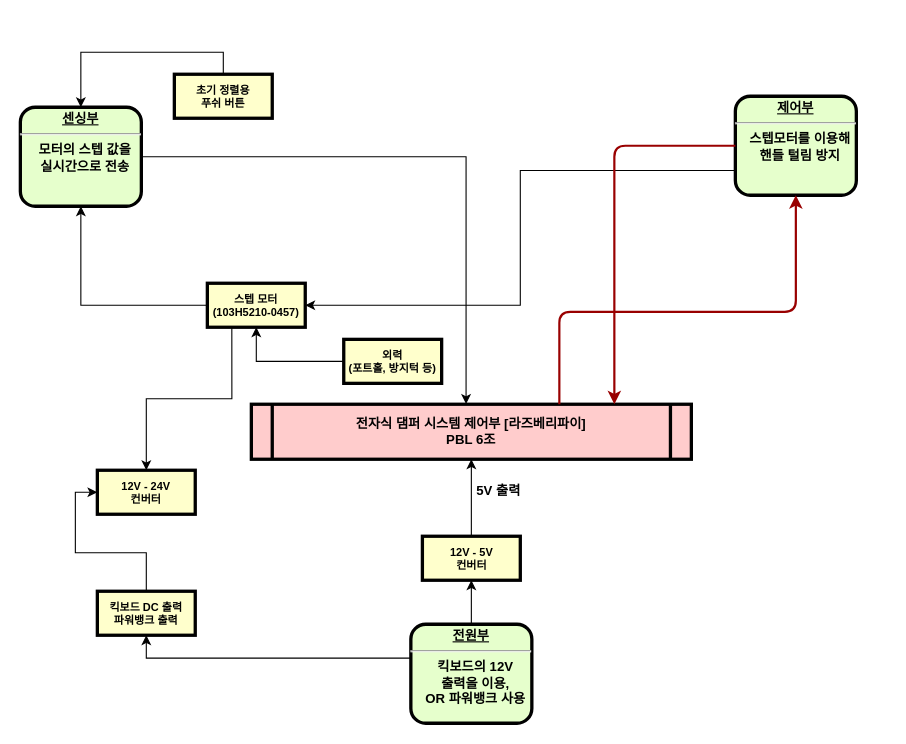
Before: 제목 없는 다이어그램.drawio in geolee1/pbl1_Team6, a draw.io diagram. Source tidied: cells renumbered, new cells numbered last; positions are measured from the earlier drawing's top-left corner, leaving out a move shared by most shapes. Both pictures are drawn from the tidied source at 110%, with x=0, y=0 at pixel (20, 74).
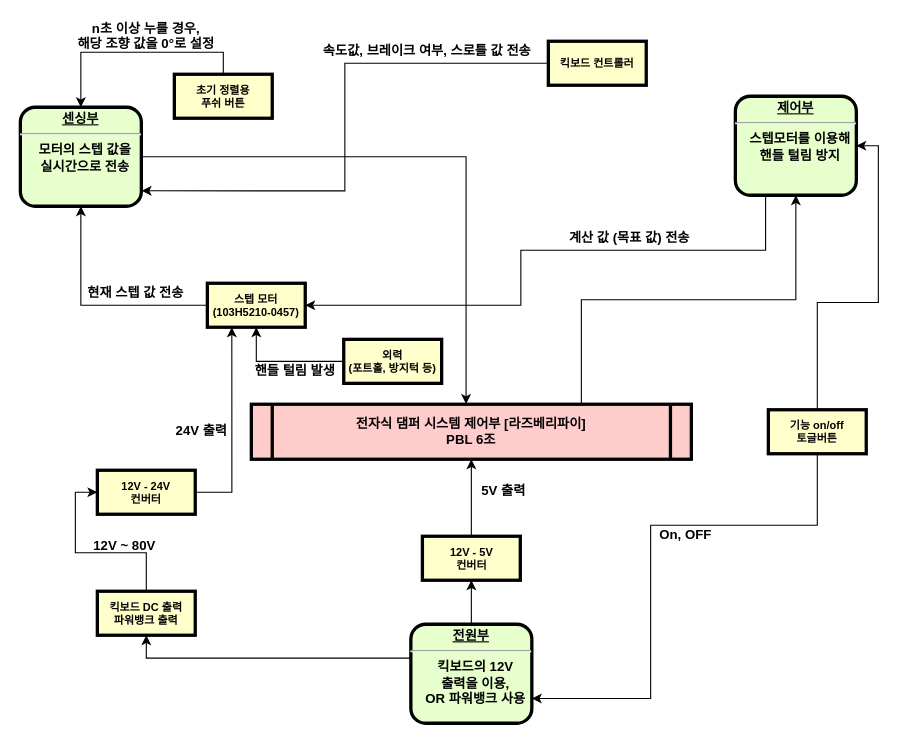
After the change.

Commit message (it also covers changes not shown here):
제목 없는 다이어그램.drawio 업데이트

The change refers to these unchanged cells:
```xml
<mxCell id="2" value="전자식 댐퍼 시스템 제어부 [라즈베리파이]&#10;PBL 6조" style="shape=process;whiteSpace=wrap;align=center;verticalAlign=middle;size=0.0475;fontStyle=1;strokeWidth=3;fillColor=#FFCCCC;" parent="1" vertex="1">
  <mxGeometry x="210" y="300" width="400" height="50" as="geometry" />
</mxCell>
<mxCell id="4" value="&lt;p style=&quot;margin: 4px 0px 0px ; text-decoration: underline ; text-align: center&quot;&gt;&lt;strong&gt;센싱부&lt;br&gt;&lt;/strong&gt;&lt;/p&gt;&lt;hr&gt;&lt;p style=&quot;margin: 0px 0px 0px 8px&quot;&gt;모터의 스텝 값을&lt;/p&gt;&lt;p style=&quot;margin: 0px 0px 0px 8px&quot;&gt;실시간으로 전송&lt;/p&gt;" style="verticalAlign=middle;align=center;overflow=fill;fontSize=12;fontFamily=Helvetica;html=1;rounded=1;fontStyle=1;strokeWidth=3;fillColor=#E6FFCC;" parent="1" vertex="1">
  <mxGeometry y="30" width="110" height="90" as="geometry" />
</mxCell>
<mxCell id="6" value="&lt;p style=&quot;margin: 0px ; margin-top: 4px ; text-align: center ; text-decoration: underline&quot;&gt;&lt;strong&gt;제어부&lt;/strong&gt;&lt;/p&gt;&lt;hr&gt;&lt;p style=&quot;margin: 0px ; margin-left: 8px&quot;&gt;스텝모터를 이용해&lt;/p&gt;&lt;p style=&quot;margin: 0px ; margin-left: 8px&quot;&gt;핸들 털림 방지&lt;/p&gt;" style="verticalAlign=middle;align=center;overflow=fill;fontSize=12;fontFamily=Helvetica;html=1;rounded=1;fontStyle=1;strokeWidth=3;fillColor=#E6FFCC;" parent="1" vertex="1">
  <mxGeometry x="650" y="20" width="110" height="90" as="geometry" />
</mxCell>
<mxCell id="12" value="스텝 모터&#10;(103H5210-0457)" style="whiteSpace=wrap;align=center;verticalAlign=middle;fontStyle=1;strokeWidth=3;fillColor=#FFFFCC;fontSize=10;" parent="1" vertex="1">
  <mxGeometry x="170" y="190" width="89" height="40" as="geometry" />
</mxCell>
<mxCell id="13" value="12V - 24V&#10;컨버터" style="whiteSpace=wrap;align=center;verticalAlign=middle;fontStyle=1;strokeWidth=3;fillColor=#FFFFCC;fontSize=10;" parent="1" vertex="1">
  <mxGeometry x="70" y="360" width="89" height="40" as="geometry" />
</mxCell>
<mxCell id="16" value="&lt;p style=&quot;margin: 4px 0px 0px ; text-decoration: underline ; text-align: center&quot;&gt;전원부&lt;/p&gt;&lt;hr&gt;&lt;p style=&quot;margin: 0px 0px 0px 8px&quot;&gt;킥보드의 12V&lt;/p&gt;&lt;p style=&quot;margin: 0px 0px 0px 8px&quot;&gt;출력을 이용,&lt;/p&gt;&lt;p style=&quot;margin: 0px 0px 0px 8px&quot;&gt;OR 파워뱅크 사용&lt;/p&gt;" style="verticalAlign=middle;align=center;overflow=fill;fontSize=12;fontFamily=Helvetica;html=1;rounded=1;fontStyle=1;strokeWidth=3;fillColor=#E6FFCC;" parent="1" vertex="1">
  <mxGeometry x="355" y="500" width="110" height="90" as="geometry" />
</mxCell>
```

Change to the diagram source:
```diff
@@
+    <mxCell id="9" style="edgeStyle=orthogonalEdgeStyle;rounded=0;jettySize=auto;html=1;exitX=0.75;exitY=0;exitDx=0;exitDy=0;entryX=0.5;entryY=1;entryDx=0;entryDy=0;fontSize=9;" parent="1" edge="1" source="2" target="6">
+      <mxGeometry relative="1" as="geometry" />
+    </mxCell>
@@
-    <mxCell id="5" style="edgeStyle=orthogonalEdgeStyle;rounded=0;jettySize=auto;html=1;exitX=0;exitY=0.75;exitDx=0;exitDy=0;entryX=1;entryY=0.5;entryDx=0;entryDy=0;fontSize=9;" parent="1" edge="1" source="6" target="12">
-      <mxGeometry relative="1" as="geometry" />
+    <mxCell id="5" style="edgeStyle=orthogonalEdgeStyle;rounded=0;jettySize=auto;html=1;entryX=1;entryY=0.5;entryDx=0;entryDy=0;fontSize=9;exitX=0.25;exitY=1;exitDx=0;exitDy=0;" parent="1" edge="1" source="6" target="12">
+      <mxGeometry relative="1" as="geometry">
+        <Array as="points">
+          <mxPoint x="677" y="160" />
+          <mxPoint x="455" y="160" />
+          <mxPoint x="455" y="210" />
+        </Array>
+      </mxGeometry>
     </mxCell>
@@
     <mxCell id="7" value="5V 출력" style="text;spacingTop=-5;align=center;fontStyle=1;" parent="1" vertex="1">
-      <mxGeometry x="420" y="370" width="30" height="20" as="geometry" />
+      <mxGeometry x="424.5" y="370" width="30" height="20" as="geometry" />
     </mxCell>
-    <mxCell id="8" style="edgeStyle=elbowEdgeStyle;elbow=horizontal;strokeColor=#990000;strokeWidth=2;" parent="1" edge="1" source="6" target="2">
-      <mxGeometry relative="1" as="geometry">
-        <Array as="points">
-          <mxPoint x="540" y="290" />
-        </Array>
-      </mxGeometry>
-    </mxCell>
-    <mxCell id="9" style="edgeStyle=segmentEdgeStyle;strokeColor=#990000;strokeWidth=2;" parent="1" edge="1" source="2" target="6">
-      <mxGeometry relative="1" as="geometry">
-        <Array as="points">
-          <mxPoint x="490" y="216" />
-        </Array>
-      </mxGeometry>
-    </mxCell>
@@
-    <mxCell id="11" style="edgeStyle=orthogonalEdgeStyle;rounded=0;jettySize=auto;html=1;exitX=0.25;exitY=1;exitDx=0;exitDy=0;entryX=0.5;entryY=0;entryDx=0;entryDy=0;fontSize=9;" parent="1" edge="1" source="12" target="13">
-      <mxGeometry relative="1" as="geometry" />
-    </mxCell>
@@
+    <mxCell id="25" style="edgeStyle=orthogonalEdgeStyle;rounded=0;jettySize=auto;html=1;entryX=0.25;entryY=1;entryDx=0;entryDy=0;fontSize=9;" parent="1" edge="1" source="13" target="12">
+      <mxGeometry relative="1" as="geometry" />
+    </mxCell>
@@
+    <mxCell id="26" style="edgeStyle=orthogonalEdgeStyle;rounded=0;jettySize=auto;html=1;entryX=1.003;entryY=0.844;entryDx=0;entryDy=0;entryPerimeter=0;fontSize=9;" parent="1" edge="1" source="27" target="4">
+      <mxGeometry relative="1" as="geometry" />
+    </mxCell>
+    <mxCell id="27" value="킥보드 컨트롤러" style="whiteSpace=wrap;align=center;verticalAlign=middle;fontStyle=1;strokeWidth=3;fillColor=#FFFFCC;fontSize=10;" parent="1" vertex="1">
+      <mxGeometry x="480" y="-30" width="89" height="40" as="geometry" />
+    </mxCell>
+    <mxCell id="28" value="속도값, 브레이크 여부, 스로틀 값 전송" style="text;spacingTop=-5;align=center;fontStyle=1;" parent="1" vertex="1">
+      <mxGeometry x="355" y="-30" width="30" height="20" as="geometry" />
+    </mxCell>
+    <mxCell id="29" style="edgeStyle=orthogonalEdgeStyle;rounded=0;jettySize=auto;html=1;entryX=1;entryY=0.5;entryDx=0;entryDy=0;fontSize=9;" parent="1" edge="1" source="31" target="6">
+      <mxGeometry relative="1" as="geometry" />
+    </mxCell>
+    <mxCell id="30" style="edgeStyle=orthogonalEdgeStyle;rounded=0;jettySize=auto;html=1;entryX=1;entryY=0.75;entryDx=0;entryDy=0;fontSize=9;" parent="1" edge="1" source="31" target="16">
+      <mxGeometry relative="1" as="geometry">
+        <Array as="points">
+          <mxPoint x="725" y="410" />
+          <mxPoint x="573" y="410" />
+          <mxPoint x="573" y="567" />
+        </Array>
+      </mxGeometry>
+    </mxCell>
+    <mxCell id="31" value="기능 on/off&#10;토글버튼" style="whiteSpace=wrap;align=center;verticalAlign=middle;fontStyle=1;strokeWidth=3;fillColor=#FFFFCC;fontSize=10;" parent="1" vertex="1">
+      <mxGeometry x="680" y="305" width="89" height="40" as="geometry" />
+    </mxCell>
+    <mxCell id="32" value="24V 출력" style="text;spacingTop=-5;align=center;fontStyle=1;" parent="1" vertex="1">
+      <mxGeometry x="150" y="315" width="30" height="20" as="geometry" />
+    </mxCell>
+    <mxCell id="33" value="n초 이상 누를 경우,&#10;해당 조향 값을 0°로 설정" style="text;spacingTop=-5;align=center;fontStyle=1;" parent="1" vertex="1">
+      <mxGeometry x="99.5" y="-50" width="30" height="20" as="geometry" />
+    </mxCell>
+    <mxCell id="34" value="현재 스텝 값 전송" style="text;spacingTop=-5;align=center;fontStyle=1;" parent="1" vertex="1">
+      <mxGeometry x="90" y="190" width="30" height="20" as="geometry" />
+    </mxCell>
+    <mxCell id="35" value="계산 값 (목표 값) 전송" style="text;spacingTop=-5;align=center;fontStyle=1;" parent="1" vertex="1">
+      <mxGeometry x="539" y="140" width="30" height="20" as="geometry" />
+    </mxCell>
+    <mxCell id="36" value="핸들 털림 발생" style="text;spacingTop=-5;align=center;fontStyle=1;" parent="1" vertex="1">
+      <mxGeometry x="235" y="261" width="30" height="20" as="geometry" />
+    </mxCell>
+    <mxCell id="37" value="12V ~ 80V" style="text;spacingTop=-5;align=center;fontStyle=1;" parent="1" vertex="1">
+      <mxGeometry x="80" y="420" width="30" height="20" as="geometry" />
+    </mxCell>
+    <mxCell id="38" value="On, OFF" style="text;spacingTop=-5;align=center;fontStyle=1;" parent="1" vertex="1">
+      <mxGeometry x="590" y="410" width="30" height="20" as="geometry" />
+    </mxCell>
```
